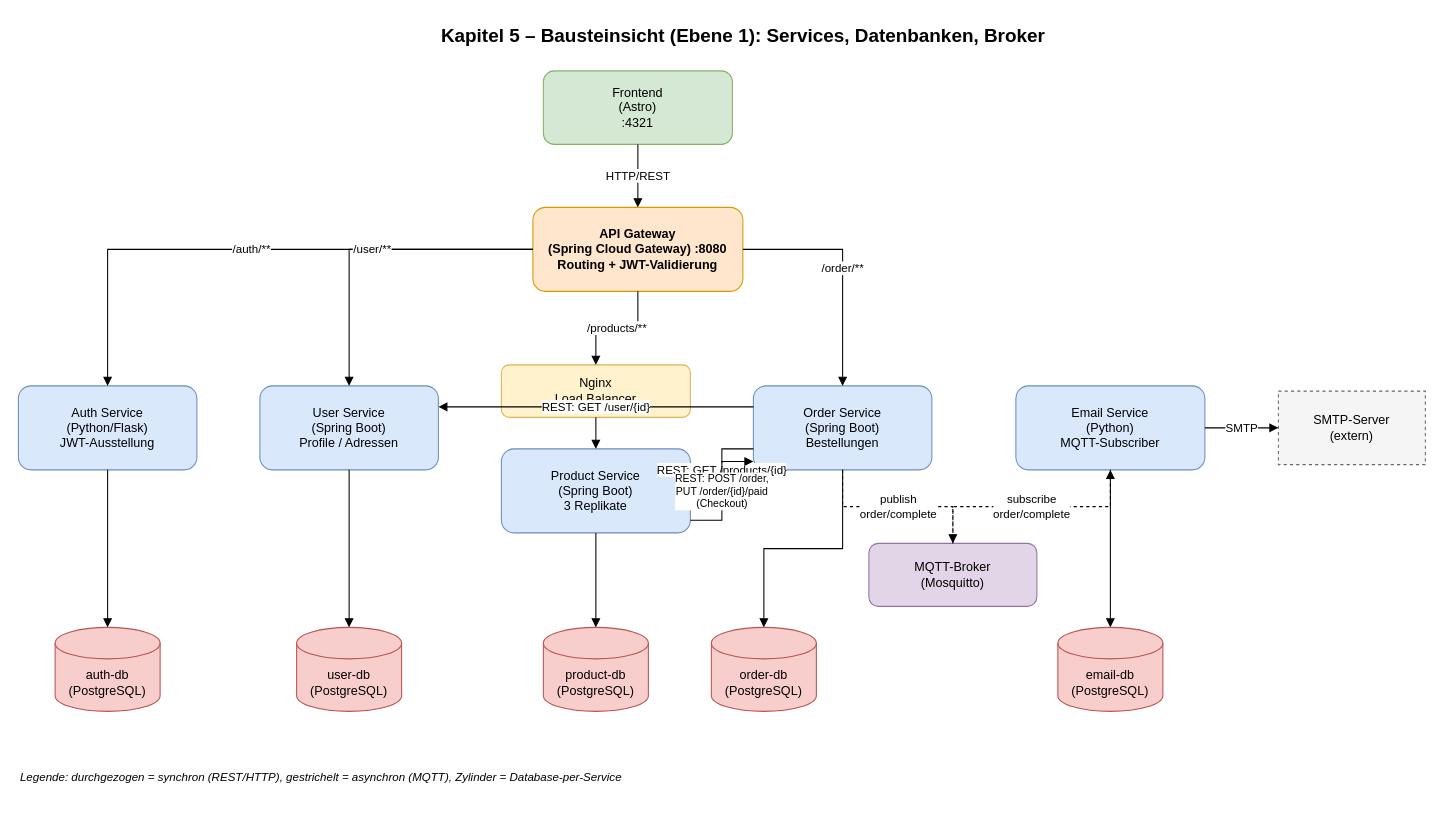
noah-preyer/SS26_Software_Architektur_Ebay2 keeps this draw.io diagram as arc42/diagramme/02-bausteinsicht.drawio. Above is the earlier version. Source tidied: cells renumbered, new cells numbered last; positions are measured from the earlier drawing's top-left corner, leaving out a move shared by most shapes. Both pictures are drawn from the tidied source at 105%, with x=0, y=0 at pixel (18, 18).
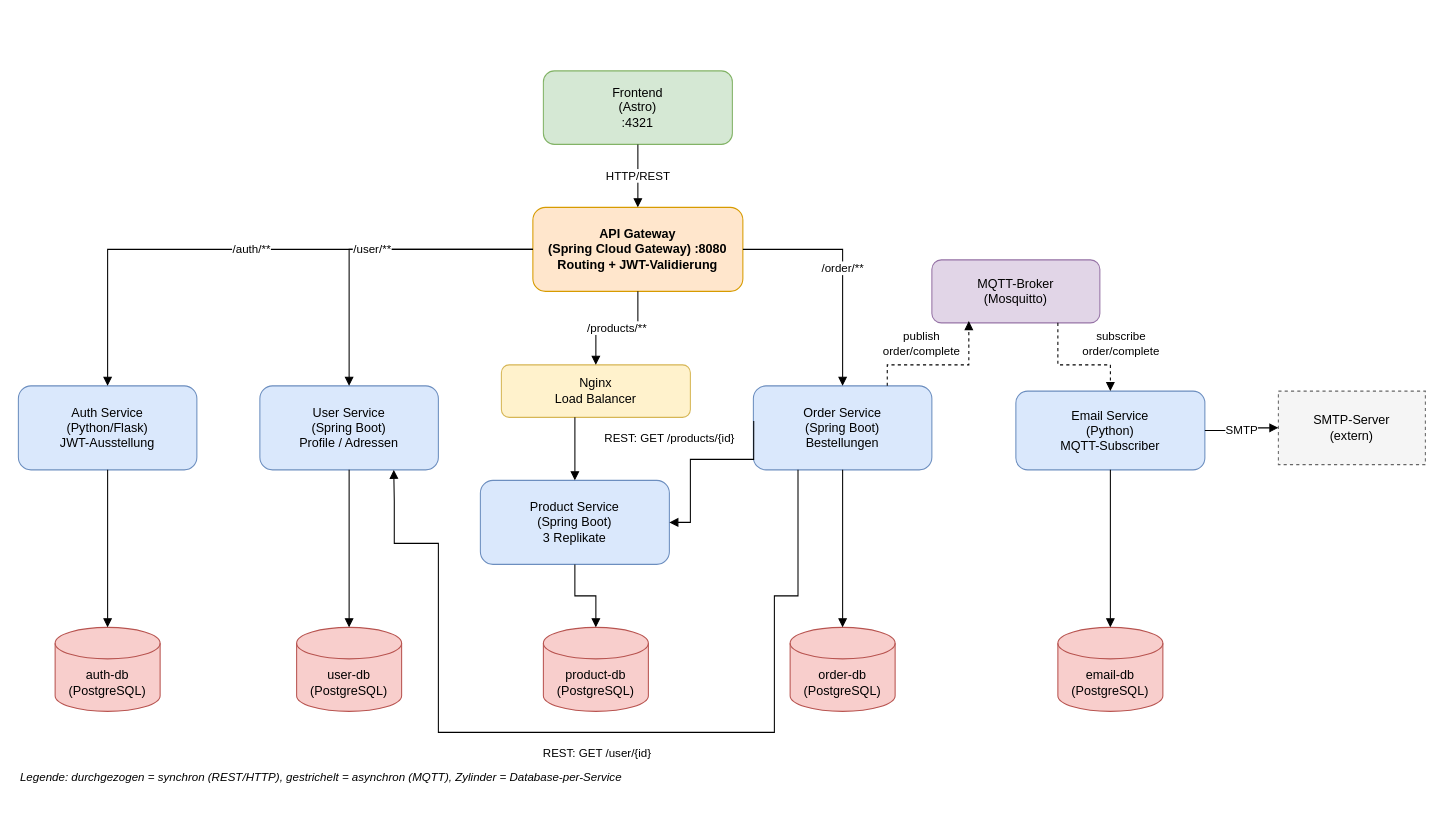
Above is the later version.

The change refers to these unchanged cells:
```xml
<mxCell id="6" value="User Service&#10;(Spring Boot)&#10;Profile / Adressen" style="rounded=1;whiteSpace=wrap;html=1;fillColor=#dae8fc;strokeColor=#6c8ebf;" parent="1" vertex="1">
  <mxGeometry x="230" y="350" width="170" height="80" as="geometry" />
</mxCell>
<mxCell id="7" value="Nginx&#10;Load Balancer" style="rounded=1;whiteSpace=wrap;html=1;fillColor=#fff2cc;strokeColor=#d6b656;" parent="1" vertex="1">
  <mxGeometry x="460" y="330" width="180" height="50" as="geometry" />
</mxCell>
<mxCell id="9" value="Order Service&#10;(Spring Boot)&#10;Bestellungen" style="rounded=1;whiteSpace=wrap;html=1;fillColor=#dae8fc;strokeColor=#6c8ebf;" parent="1" vertex="1">
  <mxGeometry x="700" y="350" width="170" height="80" as="geometry" />
</mxCell>
```

What changed in the source:
```diff
@@
-    <mxCell id="2" value="Kapitel 5 – Bausteinsicht (Ebene 1): Services, Datenbanken, Broker" style="text;html=1;fontSize=18;fontStyle=1;align=center;" parent="1" vertex="1">
-      <mxGeometry x="340" width="700" height="30" as="geometry" />
-    </mxCell>
@@
     <mxCell id="8" value="Product Service&#10;(Spring Boot)&#10;3 Replikate" style="rounded=1;whiteSpace=wrap;html=1;fillColor=#dae8fc;strokeColor=#6c8ebf;" parent="1" vertex="1">
-      <mxGeometry x="460" y="410" width="180" height="80" as="geometry" />
+      <mxGeometry x="440" y="440" width="180" height="80" as="geometry" />
     </mxCell>
@@
     <mxCell id="10" value="Email Service&#10;(Python)&#10;MQTT-Subscriber" style="rounded=1;whiteSpace=wrap;html=1;fillColor=#dae8fc;strokeColor=#6c8ebf;" parent="1" vertex="1">
-      <mxGeometry x="950" y="350" width="180" height="80" as="geometry" />
+      <mxGeometry x="950" y="355" width="180" height="75" as="geometry" />
     </mxCell>
     <mxCell id="11" value="MQTT-Broker&#10;(Mosquitto)" style="rounded=1;whiteSpace=wrap;html=1;fillColor=#e1d5e7;strokeColor=#9673a6;" parent="1" vertex="1">
-      <mxGeometry x="810" y="500" width="160" height="60" as="geometry" />
+      <mxGeometry x="870" y="230" width="160" height="60" as="geometry" />
     </mxCell>
@@
     <mxCell id="16" value="order-db&#10;(PostgreSQL)" style="shape=cylinder3;whiteSpace=wrap;html=1;boundedLbl=1;backgroundOutline=1;size=15;fillColor=#f8cecc;strokeColor=#b85450;" parent="1" vertex="1">
-      <mxGeometry x="660" y="580" width="100" height="80" as="geometry" />
+      <mxGeometry x="735" y="580" width="100" height="80" as="geometry" />
     </mxCell>
@@
-    <mxCell id="23" style="edgeStyle=orthogonalEdgeStyle;rounded=0;html=1;endArrow=block;" parent="1" edge="1" source="7" target="8">
+    <mxCell id="23" style="edgeStyle=orthogonalEdgeStyle;rounded=0;html=1;endArrow=block;exitX=0.389;exitY=1;exitDx=0;exitDy=0;exitPerimeter=0;" parent="1" edge="1" source="7" target="8">
       <mxGeometry relative="1" as="geometry" />
     </mxCell>
-    <mxCell id="24" value="REST: GET /user/{id}" style="edgeStyle=orthogonalEdgeStyle;rounded=0;html=1;endArrow=block;exitX=0;exitY=0.25;exitDx=0;exitDy=0;entryX=1;entryY=0.25;entryDx=0;entryDy=0;" parent="1" edge="1" source="9" target="6">
-      <mxGeometry relative="1" as="geometry" />
+    <mxCell id="24" value="REST: GET /user/{id}" style="edgeStyle=orthogonalEdgeStyle;rounded=0;html=1;endArrow=block;exitX=0.25;exitY=1;exitDx=0;exitDy=0;entryX=0.75;entryY=1;entryDx=0;entryDy=0;" parent="1" edge="1" source="9" target="6">
+      <mxGeometry y="20" relative="1" as="geometry">
+        <Array as="points">
+          <mxPoint x="742" y="550" />
+          <mxPoint x="720" y="550" />
+          <mxPoint x="720" y="680" />
+          <mxPoint x="400" y="680" />
+          <mxPoint x="400" y="500" />
+          <mxPoint x="358" y="500" />
+          <mxPoint x="358" y="460" />
+        </Array>
+      </mxGeometry>
     </mxCell>
-    <mxCell id="25" value="REST: GET /products/{id}" style="edgeStyle=orthogonalEdgeStyle;rounded=0;html=1;endArrow=block;exitX=0;exitY=0.75;exitDx=0;exitDy=0;entryX=1;entryY=0.5;entryDx=0;entryDy=0;" parent="1" edge="1" source="9" target="8">
-      <mxGeometry relative="1" as="geometry" />
+    <mxCell id="25" value="REST: GET /products/{id}" style="edgeStyle=orthogonalEdgeStyle;rounded=0;html=1;endArrow=block;exitX=0.002;exitY=0.419;exitDx=0;exitDy=0;entryX=1;entryY=0.5;entryDx=0;entryDy=0;exitPerimeter=0;" parent="1" edge="1" source="9" target="8">
+      <mxGeometry x="0.1" y="-28" relative="1" as="geometry">
+        <Array as="points">
+          <mxPoint x="700" y="420" />
+          <mxPoint x="640" y="420" />
+          <mxPoint x="640" y="480" />
+        </Array>
+        <mxPoint x="8" y="-20" as="offset" />
+      </mxGeometry>
     </mxCell>
-    <mxCell id="26" value="REST: POST /order,&#10;PUT /order/{id}/paid&#10;(Checkout)" style="edgeStyle=orthogonalEdgeStyle;rounded=0;html=1;endArrow=block;exitX=1;exitY=0.85;exitDx=0;exitDy=0;entryX=0;entryY=0.9;entryDx=0;entryDy=0;fontSize=10;" parent="1" edge="1" source="8" target="9">
-      <mxGeometry relative="1" as="geometry" />
-    </mxCell>
-    <mxCell id="27" value="publish&#10;order/complete" style="edgeStyle=orthogonalEdgeStyle;rounded=0;html=1;endArrow=block;dashed=1;" parent="1" edge="1" source="9" target="11">
-      <mxGeometry relative="1" as="geometry" />
+    <mxCell id="27" value="publish&#10;order/complete" style="edgeStyle=orthogonalEdgeStyle;rounded=0;html=1;endArrow=block;dashed=1;exitX=0.75;exitY=0;exitDx=0;exitDy=0;entryX=0.22;entryY=0.972;entryDx=0;entryDy=0;entryPerimeter=0;" parent="1" edge="1" source="9" target="11">
+      <mxGeometry x="-0.25" y="20" relative="1" as="geometry">
+        <Array as="points">
+          <mxPoint x="828" y="330" />
+          <mxPoint x="905" y="330" />
+        </Array>
+      </mxGeometry>
     </mxCell>
-    <mxCell id="28" value="subscribe&#10;order/complete" style="edgeStyle=orthogonalEdgeStyle;rounded=0;html=1;endArrow=block;dashed=1;" parent="1" edge="1" source="11" target="10">
-      <mxGeometry relative="1" as="geometry" />
+    <mxCell id="28" value="subscribe&#10;order/complete" style="edgeStyle=orthogonalEdgeStyle;rounded=0;html=1;endArrow=block;dashed=1;entryX=0.5;entryY=0;entryDx=0;entryDy=0;" parent="1" edge="1" target="10">
+      <mxGeometry x="0.57" y="22" relative="1" as="geometry">
+        <mxPoint x="990" y="290" as="sourcePoint" />
+        <Array as="points">
+          <mxPoint x="990" y="330" />
+          <mxPoint x="1040" y="330" />
+        </Array>
+        <mxPoint x="-12" y="-20" as="offset" />
+      </mxGeometry>
     </mxCell>
```
